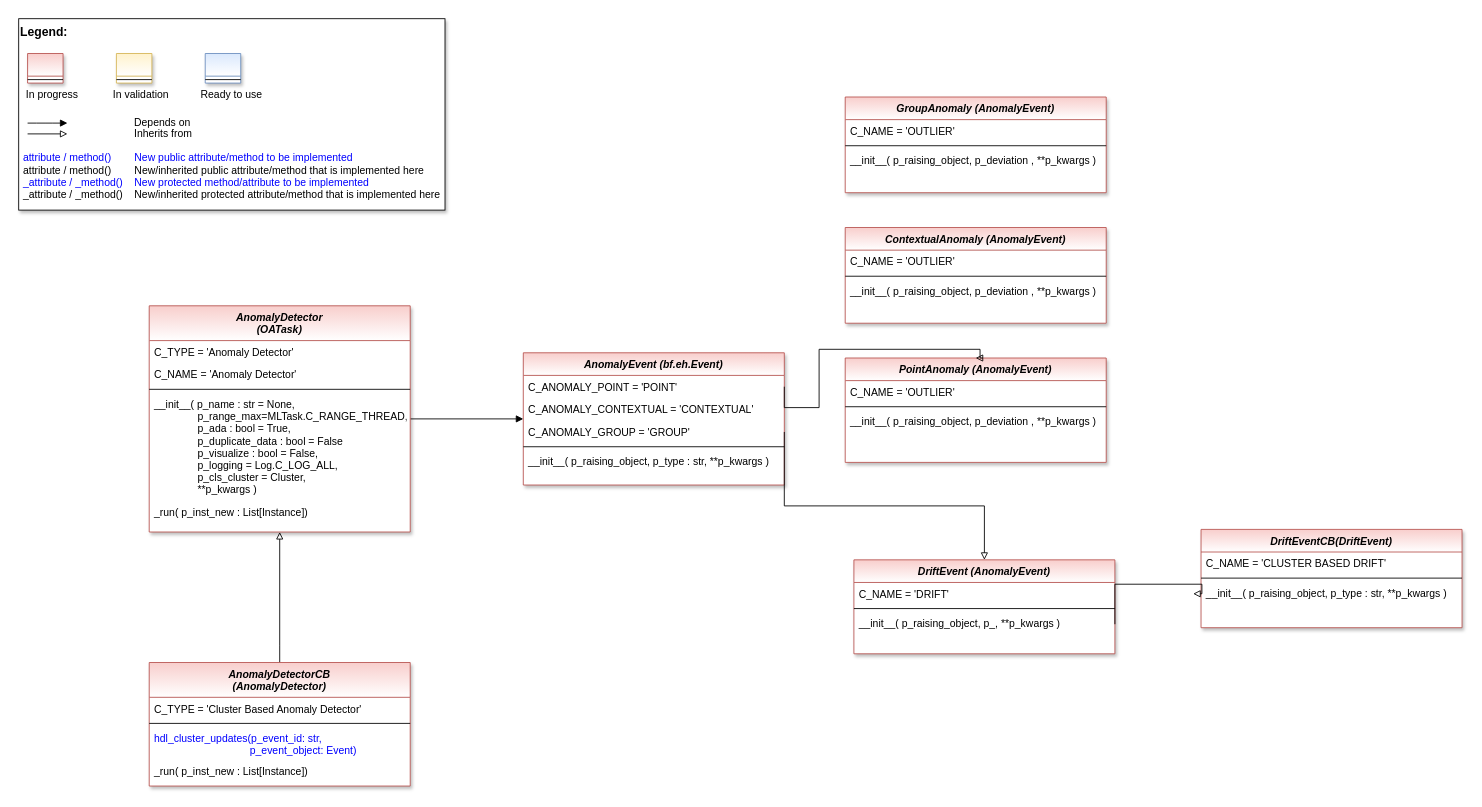
Above: doc/rtd/content/04_appendices/appendix2/sub/core/mlpro_oa/streams/tasks/images/MLPro-OA_Anomaly_Detectors_class_diagram.drawio in fhswf/MLPro (draw.io), before the change. Source tidied: cells renumbered, new cells numbered last; positions are measured from the earlier drawing's top-left corner, leaving out a move shared by most shapes. Both pictures are drawn from the tidied source at 87%, with x=0, y=0 at pixel (18, 18).
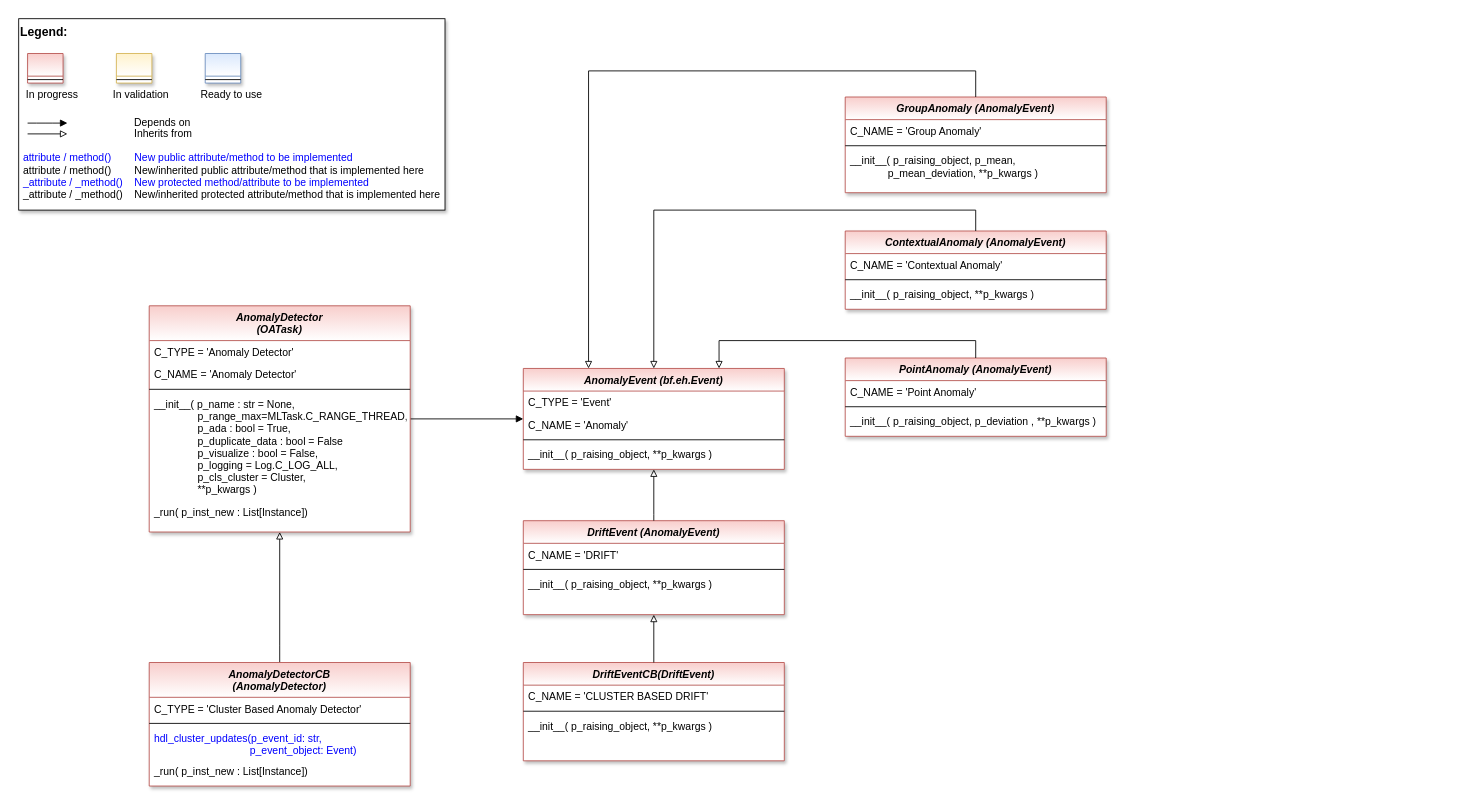
The same diagram, later.

Commit message:
OA-Task: AnomalyDetector #520

The change refers to these unchanged cells:
```xml
<mxCell id="46" value="GroupAnomaly (AnomalyEvent)" style="swimlane;fontStyle=3;align=center;verticalAlign=top;horizontal=1;startSize=26;rounded=0;shadow=1;strokeWidth=1;fillColor=#f8cecc;strokeColor=#b85450;swimlaneFillColor=#ffffff;gradientColor=#ffffff;" parent="1" vertex="1">
  <mxGeometry x="950" y="90" width="300" height="110" as="geometry" />
</mxCell>
```

Diff of the diagram source:
```diff
@@
     <mxCell id="19" value="AnomalyEvent (bf.eh.Event)" style="swimlane;fontStyle=3;align=center;verticalAlign=top;horizontal=1;startSize=26;rounded=0;shadow=1;strokeWidth=1;fillColor=#f8cecc;strokeColor=#b85450;swimlaneFillColor=#ffffff;gradientColor=#ffffff;" parent="1" vertex="1">
-      <mxGeometry x="580" y="384" width="300" height="152" as="geometry" />
+      <mxGeometry x="580" y="402" width="300" height="116" as="geometry" />
     </mxCell>
+    <mxCell id="54" value="C_TYPE = 'Event'" style="text;align=left;verticalAlign=top;spacingLeft=4;spacingRight=4;overflow=hidden;fontColor=default;" parent="19" vertex="1">
+      <mxGeometry y="26" width="300" height="26" as="geometry" />
+    </mxCell>
-    <mxCell id="20" value="C_ANOMALY_POINT = 'POINT'" style="text;align=left;verticalAlign=top;spacingLeft=4;spacingRight=4;overflow=hidden;points=[[0,0.5],[1,0.5]];portConstraint=eastwest;fontColor=default;" parent="19" vertex="1">
-      <mxGeometry y="26" width="300" height="26" as="geometry" />
+    <mxCell id="20" value="C_NAME = 'Anomaly'" style="text;align=left;verticalAlign=top;spacingLeft=4;spacingRight=4;overflow=hidden;points=[[0,0.5],[1,0.5]];portConstraint=eastwest;fontColor=default;" parent="19" vertex="1">
+      <mxGeometry y="52" width="300" height="26" as="geometry" />
     </mxCell>
-    <mxCell id="21" value="C_ANOMALY_CONTEXTUAL = 'CONTEXTUAL'" style="text;align=left;verticalAlign=top;spacingLeft=4;spacingRight=4;overflow=hidden;fontColor=default;" parent="19" vertex="1">
-      <mxGeometry y="52" width="300" height="26" as="geometry" />
-    </mxCell>
-    <mxCell id="22" value="C_ANOMALY_GROUP = 'GROUP'" style="text;align=left;verticalAlign=top;spacingLeft=4;spacingRight=4;overflow=hidden;points=[[0,0.5],[1,0.5]];portConstraint=eastwest;fontColor=default;" parent="19" vertex="1">
-      <mxGeometry y="78" width="300" height="26" as="geometry" />
-    </mxCell>
     <mxCell id="23" style="line;html=1;strokeWidth=1;align=left;verticalAlign=middle;spacingTop=-1;spacingLeft=3;spacingRight=3;labelPosition=right;" parent="19" vertex="1">
-      <mxGeometry y="104" width="300" height="8" as="geometry" />
+      <mxGeometry y="78" width="300" height="8" as="geometry" />
     </mxCell>
-    <mxCell id="24" value="__init__( p_raising_object, p_type : str, **p_kwargs )" style="text;align=left;verticalAlign=top;spacingLeft=4;spacingRight=4;overflow=hidden;" parent="19" vertex="1">
-      <mxGeometry y="112" width="300" height="28" as="geometry" />
+    <mxCell id="24" value="__init__( p_raising_object, **p_kwargs )" style="text;align=left;verticalAlign=top;spacingLeft=4;spacingRight=4;overflow=hidden;" parent="19" vertex="1">
+      <mxGeometry y="86" width="300" height="28" as="geometry" />
     </mxCell>
@@
     <mxCell id="31" value="PointAnomaly (AnomalyEvent)" style="swimlane;fontStyle=3;align=center;verticalAlign=top;horizontal=1;startSize=26;rounded=0;shadow=1;strokeWidth=1;fillColor=#f8cecc;strokeColor=#b85450;swimlaneFillColor=#ffffff;gradientColor=#ffffff;" parent="1" vertex="1">
-      <mxGeometry x="950" y="390" width="300" height="120" as="geometry" />
+      <mxGeometry x="950" y="390" width="300" height="90" as="geometry" />
     </mxCell>
-    <mxCell id="32" value="C_NAME = 'OUTLIER'" style="text;align=left;verticalAlign=top;spacingLeft=4;spacingRight=4;overflow=hidden;fontColor=default;" parent="31" vertex="1">
+    <mxCell id="32" value="C_NAME = 'Point Anomaly'" style="text;align=left;verticalAlign=top;spacingLeft=4;spacingRight=4;overflow=hidden;fontColor=default;" parent="31" vertex="1">
       <mxGeometry y="26" width="300" height="26" as="geometry" />
     </mxCell>
@@
     <mxCell id="35" value="DriftEvent (AnomalyEvent)" style="swimlane;fontStyle=3;align=center;verticalAlign=top;horizontal=1;startSize=26;rounded=0;shadow=1;strokeWidth=1;fillColor=#f8cecc;strokeColor=#b85450;swimlaneFillColor=#ffffff;gradientColor=#ffffff;" parent="1" vertex="1">
-      <mxGeometry x="960" y="622" width="300" height="108" as="geometry" />
+      <mxGeometry x="580" y="577" width="300" height="108" as="geometry" />
     </mxCell>
@@
-    <mxCell id="38" value="__init__( p_raising_object, p_, **p_kwargs )" style="text;align=left;verticalAlign=top;spacingLeft=4;spacingRight=4;overflow=hidden;points=[[0,0.5],[1,0.5]];portConstraint=eastwest;" parent="35" vertex="1">
+    <mxCell id="38" value="__init__( p_raising_object, **p_kwargs )" style="text;align=left;verticalAlign=top;spacingLeft=4;spacingRight=4;overflow=hidden;points=[[0,0.5],[1,0.5]];portConstraint=eastwest;" parent="35" vertex="1">
       <mxGeometry y="60" width="300" height="28" as="geometry" />
     </mxCell>
-    <mxCell id="39" style="edgeStyle=orthogonalEdgeStyle;rounded=0;jettySize=auto;html=1;fontColor=#0000FF;endArrow=block;endFill=0;entryX=0.5;entryY=0;entryDx=0;entryDy=0;exitX=1;exitY=0.5;exitDx=0;exitDy=0;" parent="1" edge="1" source="20" target="31">
-      <mxGeometry relative="1" as="geometry">
-        <Array as="points">
-          <mxPoint x="920" y="447" />
-          <mxPoint x="920" y="380" />
-          <mxPoint x="1105" y="380" />
-          <mxPoint x="1105" y="390" />
-        </Array>
-      </mxGeometry>
-    </mxCell>
-    <mxCell id="40" style="edgeStyle=orthogonalEdgeStyle;rounded=0;jettySize=auto;html=1;fontColor=#0000FF;endArrow=block;endFill=0;entryX=0.5;entryY=0;entryDx=0;entryDy=0;exitX=1;exitY=0.5;exitDx=0;exitDy=0;" parent="1" edge="1" source="22" target="35">
+    <mxCell id="40" style="edgeStyle=orthogonalEdgeStyle;rounded=0;jettySize=auto;html=1;fontColor=#0000FF;endArrow=block;endFill=0;exitX=0.5;exitY=0;exitDx=0;exitDy=0;entryX=0.5;entryY=1;entryDx=0;entryDy=0;" parent="1" edge="1" source="35" target="19">
       <mxGeometry relative="1" as="geometry">
         <Array as="points">
-          <mxPoint x="880" y="560" />
-          <mxPoint x="1110" y="560" />
+          <mxPoint x="730" y="570" />
+          <mxPoint x="730" y="570" />
         </Array>
       </mxGeometry>
     </mxCell>
     <mxCell id="41" value="DriftEventCB(DriftEvent)" style="swimlane;fontStyle=3;align=center;verticalAlign=top;horizontal=1;startSize=26;rounded=0;shadow=1;strokeWidth=1;fillColor=#f8cecc;strokeColor=#b85450;swimlaneFillColor=#ffffff;gradientColor=#ffffff;" parent="1" vertex="1">
-      <mxGeometry x="1359" y="587" width="300" height="113" as="geometry" />
+      <mxGeometry x="580" y="740" width="300" height="113" as="geometry" />
     </mxCell>
@@
-    <mxCell id="44" value="__init__( p_raising_object, p_type : str, **p_kwargs )" style="text;align=left;verticalAlign=top;spacingLeft=4;spacingRight=4;overflow=hidden;" parent="41" vertex="1">
+    <mxCell id="44" value="__init__( p_raising_object, **p_kwargs )" style="text;align=left;verticalAlign=top;spacingLeft=4;spacingRight=4;overflow=hidden;" parent="41" vertex="1">
       <mxGeometry y="60" width="300" height="28" as="geometry" />
     </mxCell>
-    <mxCell id="45" style="edgeStyle=orthogonalEdgeStyle;rounded=0;jettySize=auto;html=1;fontColor=#0000FF;endArrow=block;endFill=0;exitX=1;exitY=0.5;exitDx=0;exitDy=0;" parent="1" edge="1" source="38">
-      <mxGeometry relative="1" as="geometry">
-        <mxPoint x="1350" y="661" as="targetPoint" />
-        <Array as="points">
-          <mxPoint x="1260" y="650" />
-          <mxPoint x="1360" y="650" />
-        </Array>
-      </mxGeometry>
-    </mxCell>
@@
-    <mxCell id="47" value="C_NAME = 'OUTLIER'" style="text;align=left;verticalAlign=top;spacingLeft=4;spacingRight=4;overflow=hidden;fontColor=default;" parent="46" vertex="1">
+    <mxCell id="47" value="C_NAME = 'Group Anomaly'" style="text;align=left;verticalAlign=top;spacingLeft=4;spacingRight=4;overflow=hidden;fontColor=default;" parent="46" vertex="1">
       <mxGeometry y="26" width="300" height="26" as="geometry" />
     </mxCell>
@@
-    <mxCell id="49" value="__init__( p_raising_object, p_deviation , **p_kwargs )" style="text;align=left;verticalAlign=top;spacingLeft=4;spacingRight=4;overflow=hidden;" parent="46" vertex="1">
-      <mxGeometry y="60" width="300" height="28" as="geometry" />
+    <mxCell id="49" value="__init__( p_raising_object, p_mean,&#10;               p_mean_deviation, **p_kwargs )" style="text;align=left;verticalAlign=top;spacingLeft=4;spacingRight=4;overflow=hidden;" parent="46" vertex="1">
+      <mxGeometry y="60" width="300" height="50" as="geometry" />
     </mxCell>
     <mxCell id="50" value="ContextualAnomaly (AnomalyEvent)" style="swimlane;fontStyle=3;align=center;verticalAlign=top;horizontal=1;startSize=26;rounded=0;shadow=1;strokeWidth=1;fillColor=#f8cecc;strokeColor=#b85450;swimlaneFillColor=#ffffff;gradientColor=#ffffff;" parent="1" vertex="1">
-      <mxGeometry x="950" y="240" width="300" height="110" as="geometry" />
+      <mxGeometry x="950" y="244" width="300" height="90" as="geometry" />
     </mxCell>
-    <mxCell id="51" value="C_NAME = 'OUTLIER'" style="text;align=left;verticalAlign=top;spacingLeft=4;spacingRight=4;overflow=hidden;fontColor=default;" parent="50" vertex="1">
+    <mxCell id="51" value="C_NAME = 'Contextual Anomaly'" style="text;align=left;verticalAlign=top;spacingLeft=4;spacingRight=4;overflow=hidden;fontColor=default;" parent="50" vertex="1">
       <mxGeometry y="26" width="300" height="26" as="geometry" />
     </mxCell>
@@
-    <mxCell id="53" value="__init__( p_raising_object, p_deviation , **p_kwargs )" style="text;align=left;verticalAlign=top;spacingLeft=4;spacingRight=4;overflow=hidden;" parent="50" vertex="1">
-      <mxGeometry y="60" width="300" height="28" as="geometry" />
+    <mxCell id="53" value="__init__( p_raising_object, **p_kwargs )" style="text;align=left;verticalAlign=top;spacingLeft=4;spacingRight=4;overflow=hidden;" parent="50" vertex="1">
+      <mxGeometry y="60" width="300" height="30" as="geometry" />
     </mxCell>
+    <mxCell id="55" style="edgeStyle=orthogonalEdgeStyle;rounded=0;jettySize=auto;html=1;fontColor=#0000FF;endArrow=block;endFill=0;entryX=0.25;entryY=0;entryDx=0;entryDy=0;exitX=0.5;exitY=0;exitDx=0;exitDy=0;" parent="1" edge="1" source="46" target="19">
+      <mxGeometry relative="1" as="geometry">
+        <Array as="points">
+          <mxPoint x="1100" y="60" />
+          <mxPoint x="655" y="60" />
+        </Array>
+      </mxGeometry>
+    </mxCell>
+    <mxCell id="56" style="edgeStyle=orthogonalEdgeStyle;rounded=0;jettySize=auto;html=1;fontColor=#0000FF;endArrow=block;endFill=0;entryX=0.5;entryY=0;entryDx=0;entryDy=0;exitX=0.5;exitY=0;exitDx=0;exitDy=0;" parent="1" edge="1" source="50" target="19">
+      <mxGeometry relative="1" as="geometry">
+        <Array as="points">
+          <mxPoint x="1100" y="220" />
+          <mxPoint x="730" y="220" />
+        </Array>
+      </mxGeometry>
+    </mxCell>
+    <mxCell id="57" style="edgeStyle=orthogonalEdgeStyle;rounded=0;jettySize=auto;html=1;fontColor=#0000FF;endArrow=block;endFill=0;entryX=0.75;entryY=0;entryDx=0;entryDy=0;exitX=0.5;exitY=0;exitDx=0;exitDy=0;" parent="1" edge="1" source="31" target="19">
+      <mxGeometry relative="1" as="geometry">
+        <Array as="points">
+          <mxPoint x="1100" y="370" />
+          <mxPoint x="805" y="370" />
+        </Array>
+      </mxGeometry>
+    </mxCell>
+    <mxCell id="58" style="edgeStyle=orthogonalEdgeStyle;rounded=0;jettySize=auto;html=1;fontColor=#0000FF;endArrow=block;endFill=0;entryX=0.5;entryY=1;entryDx=0;entryDy=0;" parent="1" edge="1" target="35">
+      <mxGeometry relative="1" as="geometry">
+        <mxPoint x="730" y="740" as="sourcePoint" />
+        <Array as="points">
+          <mxPoint x="730" y="685" />
+          <mxPoint x="730" y="685" />
+        </Array>
+      </mxGeometry>
+    </mxCell>
```
